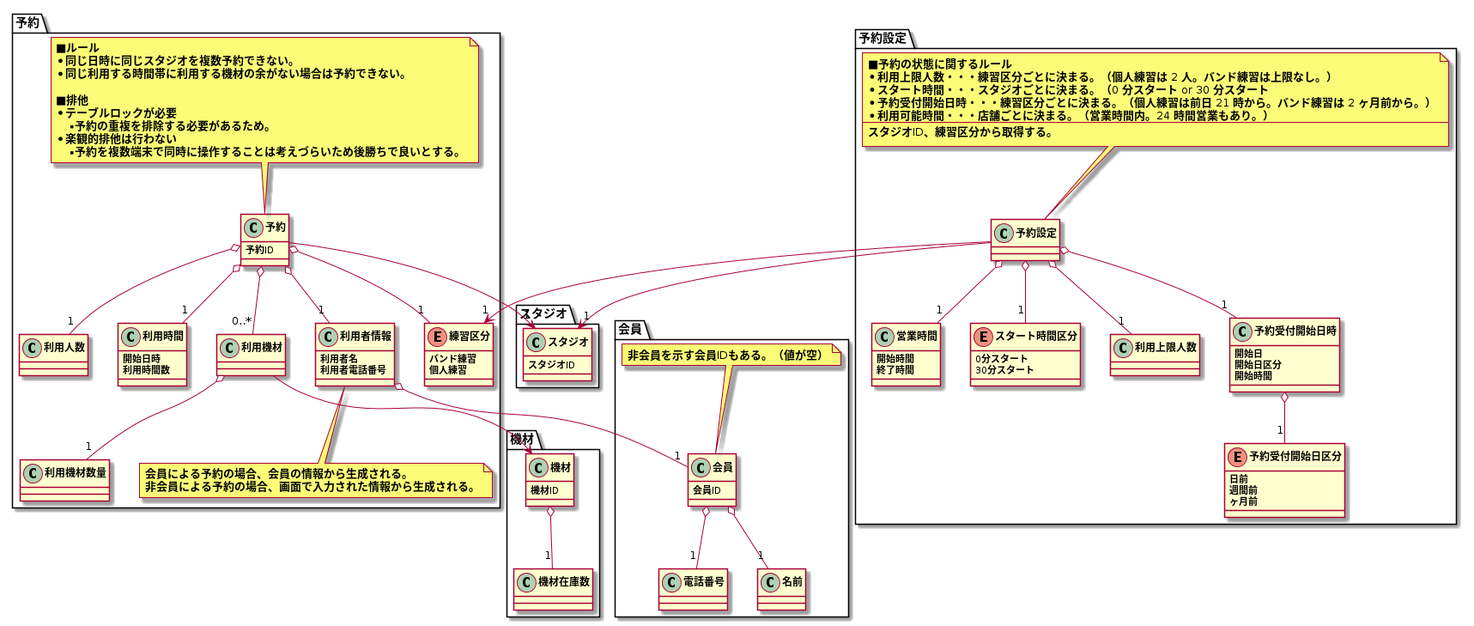
The PlantUML diagram modeling/07_DomainModel_予約/DomainModel.png in TakashiOnawa/ddd-practice-studio-reservation, before a commit.
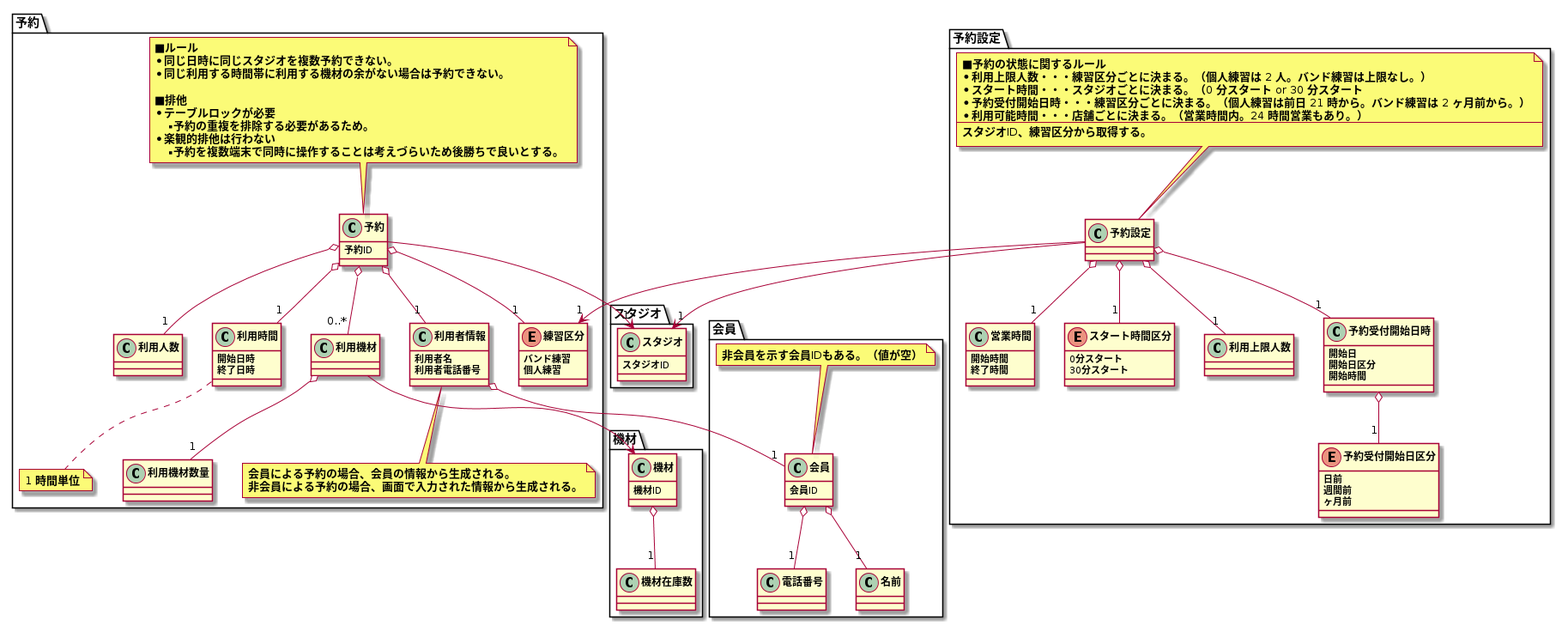
Later version of the same file.

Diff of the diagram source:
```diff
@@ -39,7 +39,7 @@
 
     class 利用時間 {
         開始日時
-        利用時間数
+        終了日時
     }
 
     class 利用者情報 {
@@ -51,6 +51,10 @@
     note bottom of 利用者情報
     会員による予約の場合、会員の情報から生成される。
     非会員による予約の場合、画面で入力された情報から生成される。
+    end note
+
+    note bottom of 利用時間
+    1 時間単位
     end note
 
     class 利用人数
```
